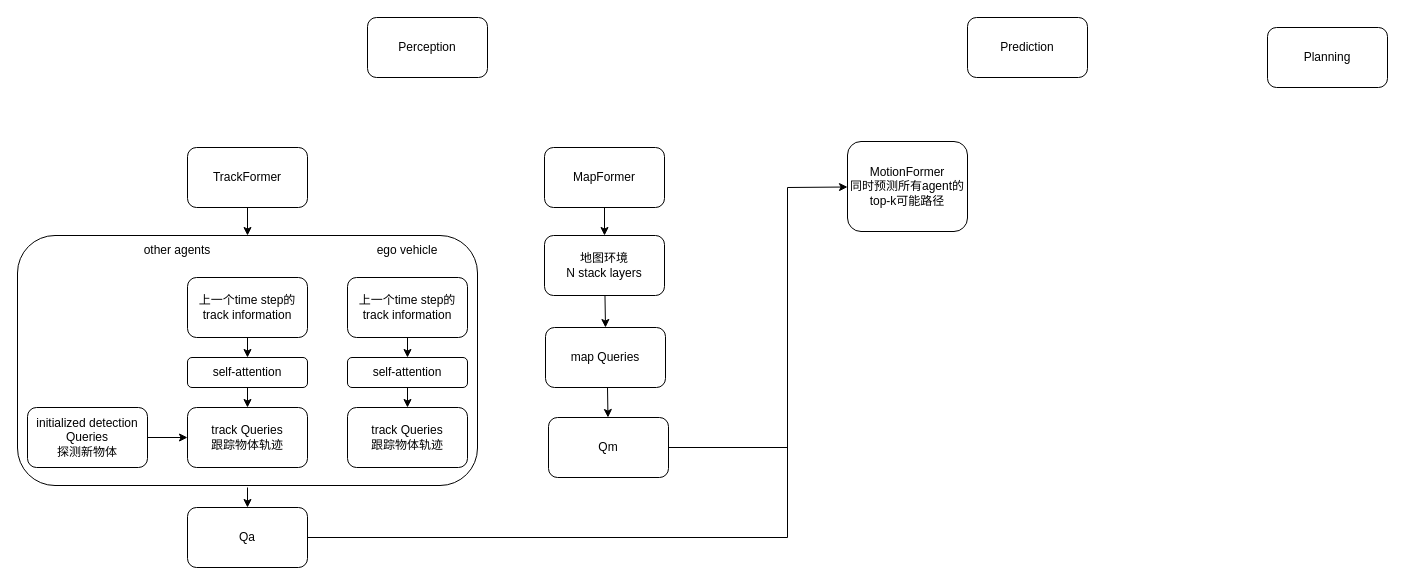
Earlier version of the draw.io diagram uniAD.drawio (wxxsusie/files). Source tidied: cells renumbered, new cells numbered last; positions are measured from the earlier drawing's top-left corner, leaving out a move shared by most shapes. Both pictures are drawn from the tidied source at 100%, with x=0, y=0 at pixel (17, 17).
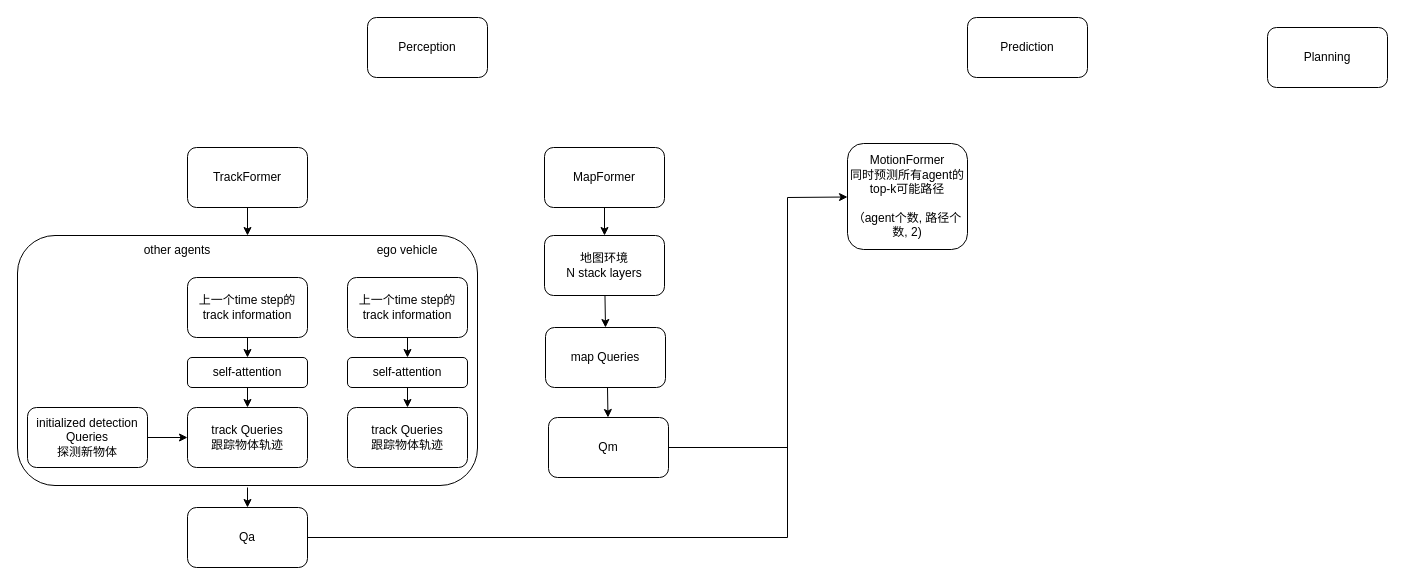
The same diagram, later.

Diff of the diagram source:
```diff
@@
-    <mxCell id="27" value="MotionFormer&lt;div&gt;同时预测所有agent的top-k可能路径&lt;/div&gt;" style="rounded=1;whiteSpace=wrap;html=1;" parent="1" vertex="1">
-      <mxGeometry x="830" y="124" width="120" height="90" as="geometry" />
+    <mxCell id="27" value="MotionFormer&lt;div&gt;同时预测所有agent的top-k可能路径&lt;/div&gt;&lt;div&gt;&lt;br&gt;&lt;/div&gt;&lt;div&gt;（agent个数, 路径个数, 2)&lt;/div&gt;" style="rounded=1;whiteSpace=wrap;html=1;" parent="1" vertex="1">
+      <mxGeometry x="830" y="126" width="120" height="106" as="geometry" />
     </mxCell>
@@
     <mxCell id="33" style="endArrow=none;html=1;rounded=0;" parent="1" edge="1">
       <mxGeometry relative="1" as="geometry">
         <mxPoint x="770" y="520" as="sourcePoint" />
-        <mxPoint x="770" y="170" as="targetPoint" />
+        <mxPoint x="770" y="180" as="targetPoint" />
       </mxGeometry>
     </mxCell>
@@
     <mxCell id="35" style="endArrow=classic;html=1;rounded=0;" parent="1" edge="1" target="27">
       <mxGeometry relative="1" as="geometry">
-        <mxPoint x="770" y="170" as="sourcePoint" />
+        <mxPoint x="770" y="180" as="sourcePoint" />
       </mxGeometry>
     </mxCell>
```
